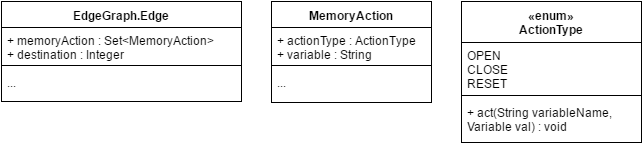
Above: documentation/img/EdgeGraph.png in moar-regex/moar (draw.io), before the change. Source tidied: cells renumbered, new cells last; positions are measured from the earlier drawing's top-left corner, leaving out a move shared by most shapes.
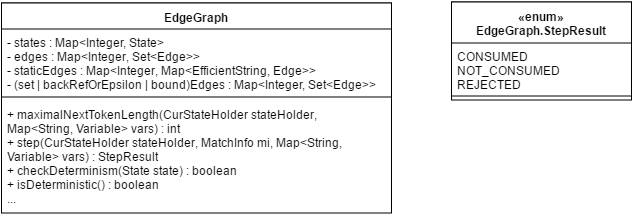
Later version of the same file.

What changed in the source:
```diff
@@ -2,68 +2,41 @@
   <root>
     <mxCell id="0" />
     <mxCell id="1" parent="0" />
-    <mxCell id="2" value="&lt;div&gt;EdgeGraph.Edge&lt;/div&gt;" style="swimlane;html=1;fontStyle=1;align=center;verticalAlign=top;horizontal=1;startSize=26;swimlaneFillColor=#ffffff;" parent="1" vertex="1">
-      <mxGeometry width="240" height="100" as="geometry" />
+    <mxCell id="2" value="EdgeGraph&lt;div&gt;&lt;br&gt;&lt;/div&gt;" style="swimlane;html=1;fontStyle=1;align=center;verticalAlign=top;horizontal=1;startSize=26;swimlaneFillColor=#ffffff;" parent="1" vertex="1">
+      <mxGeometry x="-55" y="-177" width="390" height="210" as="geometry" />
     </mxCell>
-    <mxCell id="3" value="&lt;div&gt;&lt;div&gt;+ memoryAction :&amp;nbsp;&lt;span&gt;Set&amp;lt;MemoryAction&amp;gt;&lt;/span&gt;&lt;/div&gt;&lt;div&gt;+ destination : Integer&lt;/div&gt;&lt;/div&gt;" style="text;html=1;strokeColor=none;fillColor=none;align=left;verticalAlign=top;spacingLeft=4;spacingRight=4;whiteSpace=wrap;overflow=hidden;" parent="2" vertex="1">
-      <mxGeometry y="26" width="240" height="34" as="geometry" />
+    <mxCell id="3" value="&lt;div&gt;&lt;div&gt;- states :&amp;nbsp;&lt;span&gt;Map&amp;lt;Integer, State&amp;gt;&lt;/span&gt;&lt;/div&gt;&lt;/div&gt;&lt;div&gt;&lt;span&gt;- edges :&amp;nbsp;&lt;/span&gt;&lt;span&gt;Map&amp;lt;Integer&lt;/span&gt;&lt;span&gt;, &lt;/span&gt;&lt;span&gt;Set&amp;lt;Edge&amp;gt;&amp;gt;&lt;/span&gt;&lt;/div&gt;&lt;div&gt;&lt;span&gt;-&amp;nbsp;&lt;/span&gt;&lt;span&gt;staticEdges :&amp;nbsp;&lt;/span&gt;&lt;span&gt;Map&amp;lt;Integer&lt;/span&gt;&lt;span&gt;, &lt;/span&gt;&lt;span&gt;Map&amp;lt;EfficientString&lt;/span&gt;&lt;span&gt;, &lt;/span&gt;&lt;span&gt;Edge&amp;gt;&amp;gt;&lt;/span&gt;&lt;/div&gt;&lt;div&gt;&lt;span&gt;- (set | backRefOrEpsilon | bound)Edges : Map&amp;lt;Integer, Set&amp;lt;Edge&amp;gt;&amp;gt;&lt;/span&gt;&lt;span&gt;&amp;nbsp;&amp;nbsp;&lt;/span&gt;&lt;/div&gt;" style="text;html=1;strokeColor=none;fillColor=none;align=left;verticalAlign=top;spacingLeft=4;spacingRight=4;whiteSpace=wrap;overflow=hidden;" parent="2" vertex="1">
+      <mxGeometry y="26" width="390" height="64" as="geometry" />
     </mxCell>
     <mxCell id="4" style="line;html=1;strokeWidth=1;fillColor=none;align=left;verticalAlign=middle;spacingTop=-1;spacingLeft=3;spacingRight=3;labelPosition=right;" parent="2" vertex="1">
-      <mxGeometry y="60" width="240" height="8" as="geometry" />
+      <mxGeometry y="90" width="390" height="8" as="geometry" />
     </mxCell>
-    <mxCell id="5" value="..." style="text;html=1;strokeColor=none;fillColor=none;align=left;verticalAlign=top;spacingLeft=4;spacingRight=4;whiteSpace=wrap;overflow=hidden;" parent="2" vertex="1">
-      <mxGeometry y="68" width="240" height="32" as="geometry" />
+    <mxCell id="5" value="&lt;div&gt;+&amp;nbsp;&lt;span&gt;maximalNextTokenLength&lt;/span&gt;&lt;span&gt;(CurStateHolder stateHolder&lt;/span&gt;&lt;span&gt;, &lt;/span&gt;&lt;span&gt;Map&amp;lt;String&lt;/span&gt;&lt;span&gt;, &lt;/span&gt;&lt;span&gt;Variable&amp;gt; vars) : int&lt;/span&gt;&lt;/div&gt;+&amp;nbsp;&lt;span&gt;step&lt;/span&gt;&lt;span&gt;(CurStateHolder stateHolder&lt;/span&gt;&lt;span&gt;, &lt;/span&gt;&lt;span&gt;MatchInfo mi&lt;/span&gt;&lt;span&gt;, &lt;/span&gt;&lt;span&gt;Map&amp;lt;String&lt;/span&gt;&lt;span&gt;, &lt;/span&gt;&lt;span&gt;Variable&amp;gt; vars) :&amp;nbsp;&lt;/span&gt;&lt;span&gt;StepResult&lt;/span&gt;&lt;div&gt;&lt;div&gt;+&amp;nbsp;&lt;span&gt;checkDeterminism&lt;/span&gt;&lt;span&gt;(State state) : boolean&lt;/span&gt;&lt;/div&gt;&lt;div&gt;+ isDeterministic() : boolean&lt;/div&gt;&lt;div&gt;&lt;div&gt;...&lt;/div&gt;&lt;/div&gt;&lt;/div&gt;" style="text;html=1;strokeColor=none;fillColor=none;align=left;verticalAlign=top;spacingLeft=4;spacingRight=4;whiteSpace=wrap;overflow=hidden;" parent="2" vertex="1">
+      <mxGeometry y="98" width="390" height="112" as="geometry" />
     </mxCell>
-    <mxCell id="6" value="&lt;div&gt;&lt;div&gt;+ memoryAction :&amp;nbsp;&lt;span&gt;Set&amp;lt;MemoryAction&amp;gt;&lt;/span&gt;&lt;/div&gt;&lt;div&gt;+ destination : Integer&lt;/div&gt;&lt;/div&gt;" style="text;html=1;strokeColor=none;fillColor=none;align=left;verticalAlign=top;spacingLeft=4;spacingRight=4;whiteSpace=wrap;overflow=hidden;" parent="1" vertex="1">
-      <mxGeometry y="26" width="240" height="34" as="geometry" />
+    <mxCell id="6" value="&lt;div&gt;&lt;div&gt;- states :&amp;nbsp;&lt;span&gt;Map&amp;lt;Integer, State&amp;gt;&lt;/span&gt;&lt;/div&gt;&lt;/div&gt;&lt;div&gt;&lt;span&gt;- edges :&amp;nbsp;&lt;/span&gt;&lt;span&gt;Map&amp;lt;Integer&lt;/span&gt;&lt;span&gt;, &lt;/span&gt;&lt;span&gt;Set&amp;lt;Edge&amp;gt;&amp;gt;&lt;/span&gt;&lt;/div&gt;&lt;div&gt;&lt;span&gt;-&amp;nbsp;&lt;/span&gt;&lt;span&gt;staticEdges :&amp;nbsp;&lt;/span&gt;&lt;span&gt;Map&amp;lt;Integer&lt;/span&gt;&lt;span&gt;, &lt;/span&gt;&lt;span&gt;Map&amp;lt;EfficientString&lt;/span&gt;&lt;span&gt;, &lt;/span&gt;&lt;span&gt;Edge&amp;gt;&amp;gt;&lt;/span&gt;&lt;/div&gt;&lt;div&gt;&lt;span&gt;- (set | backRefOrEpsilon | bound)Edges : Map&amp;lt;Integer, Set&amp;lt;Edge&amp;gt;&amp;gt;&lt;/span&gt;&lt;span&gt;&amp;nbsp;&amp;nbsp;&lt;/span&gt;&lt;/div&gt;" style="text;html=1;strokeColor=none;fillColor=none;align=left;verticalAlign=top;spacingLeft=4;spacingRight=4;whiteSpace=wrap;overflow=hidden;" parent="1" vertex="1">
+      <mxGeometry x="-55" y="-151" width="390" height="64" as="geometry" />
     </mxCell>
     <mxCell id="7" style="line;html=1;strokeWidth=1;fillColor=none;align=left;verticalAlign=middle;spacingTop=-1;spacingLeft=3;spacingRight=3;labelPosition=right;" parent="1" vertex="1">
-      <mxGeometry y="60" width="240" height="8" as="geometry" />
+      <mxGeometry x="-55" y="-87" width="390" height="8" as="geometry" />
     </mxCell>
-    <mxCell id="8" value="..." style="text;html=1;strokeColor=none;fillColor=none;align=left;verticalAlign=top;spacingLeft=4;spacingRight=4;whiteSpace=wrap;overflow=hidden;" parent="1" vertex="1">
-      <mxGeometry y="68" width="240" height="32" as="geometry" />
+    <mxCell id="8" value="&lt;div&gt;+&amp;nbsp;&lt;span&gt;maximalNextTokenLength&lt;/span&gt;&lt;span&gt;(CurStateHolder stateHolder&lt;/span&gt;&lt;span&gt;, &lt;/span&gt;&lt;span&gt;Map&amp;lt;String&lt;/span&gt;&lt;span&gt;, &lt;/span&gt;&lt;span&gt;Variable&amp;gt; vars) : int&lt;/span&gt;&lt;/div&gt;+&amp;nbsp;&lt;span&gt;step&lt;/span&gt;&lt;span&gt;(CurStateHolder stateHolder&lt;/span&gt;&lt;span&gt;, &lt;/span&gt;&lt;span&gt;MatchInfo mi&lt;/span&gt;&lt;span&gt;, &lt;/span&gt;&lt;span&gt;Map&amp;lt;String&lt;/span&gt;&lt;span&gt;, &lt;/span&gt;&lt;span&gt;Variable&amp;gt; vars) :&amp;nbsp;&lt;/span&gt;&lt;span&gt;StepResult&lt;/span&gt;&lt;div&gt;&lt;div&gt;+&amp;nbsp;&lt;span&gt;checkDeterminism&lt;/span&gt;&lt;span&gt;(State state) : boolean&lt;/span&gt;&lt;/div&gt;&lt;div&gt;+ isDeterministic() : boolean&lt;/div&gt;&lt;div&gt;&lt;div&gt;...&lt;/div&gt;&lt;/div&gt;&lt;/div&gt;" style="text;html=1;strokeColor=none;fillColor=none;align=left;verticalAlign=top;spacingLeft=4;spacingRight=4;whiteSpace=wrap;overflow=hidden;" parent="1" vertex="1">
+      <mxGeometry x="-55" y="-79" width="390" height="112" as="geometry" />
     </mxCell>
-    <mxCell id="9" value="&lt;div&gt;&lt;span&gt;«enum»&lt;/span&gt;&lt;br&gt;&lt;b&gt;ActionType&lt;/b&gt;&lt;br&gt;&lt;/div&gt;" style="swimlane;html=1;fontStyle=1;align=center;verticalAlign=top;horizontal=1;startSize=41;swimlaneFillColor=#ffffff;" parent="1" vertex="1">
-      <mxGeometry x="460" width="180" height="141" as="geometry" />
+    <mxCell id="9" value="&lt;div&gt;&lt;span&gt;«enum»&lt;/span&gt;&lt;br&gt;EdgeGraph.StepResult&lt;/div&gt;" style="swimlane;html=1;fontStyle=1;align=center;verticalAlign=top;horizontal=1;startSize=41;swimlaneFillColor=#ffffff;" parent="1" vertex="1">
+      <mxGeometry x="395" y="-178" width="180" height="98" as="geometry" />
     </mxCell>
-    <mxCell id="10" value="OPEN&lt;div&gt;CLOSE&lt;/div&gt;&lt;div&gt;RESET&lt;/div&gt;" style="text;html=1;strokeColor=none;fillColor=none;align=left;verticalAlign=top;spacingLeft=4;spacingRight=4;whiteSpace=wrap;overflow=hidden;" parent="9" vertex="1">
+    <mxCell id="10" value="&lt;div&gt;CONSUMED&lt;/div&gt;&lt;div&gt;NOT_CONSUMED&lt;/div&gt;&lt;div&gt;REJECTED&lt;/div&gt;" style="text;html=1;strokeColor=none;fillColor=none;align=left;verticalAlign=top;spacingLeft=4;spacingRight=4;whiteSpace=wrap;overflow=hidden;" parent="9" vertex="1">
       <mxGeometry y="41" width="180" height="49" as="geometry" />
     </mxCell>
     <mxCell id="11" style="line;html=1;strokeWidth=1;fillColor=none;align=left;verticalAlign=middle;spacingTop=-1;spacingLeft=3;spacingRight=3;labelPosition=right;" parent="9" vertex="1">
       <mxGeometry y="90" width="180" height="8" as="geometry" />
     </mxCell>
-    <mxCell id="12" value="+ act(String variableName, Variable val) : void" style="text;html=1;strokeColor=none;fillColor=none;align=left;verticalAlign=top;spacingLeft=4;spacingRight=4;whiteSpace=wrap;overflow=hidden;" parent="9" vertex="1">
-      <mxGeometry y="98" width="180" height="42" as="geometry" />
+    <mxCell id="12" value="&lt;div&gt;CONSUMED&lt;/div&gt;&lt;div&gt;NOT_CONSUMED&lt;/div&gt;&lt;div&gt;REJECTED&lt;/div&gt;" style="text;html=1;strokeColor=none;fillColor=none;align=left;verticalAlign=top;spacingLeft=4;spacingRight=4;whiteSpace=wrap;overflow=hidden;" parent="1" vertex="1">
+      <mxGeometry x="395" y="-137" width="180" height="49" as="geometry" />
     </mxCell>
-    <mxCell id="13" value="OPEN&lt;div&gt;CLOSE&lt;/div&gt;&lt;div&gt;RESET&lt;/div&gt;" style="text;html=1;strokeColor=none;fillColor=none;align=left;verticalAlign=top;spacingLeft=4;spacingRight=4;whiteSpace=wrap;overflow=hidden;" parent="1" vertex="1">
-      <mxGeometry x="460" y="41" width="180" height="49" as="geometry" />
+    <mxCell id="13" style="line;html=1;strokeWidth=1;fillColor=none;align=left;verticalAlign=middle;spacingTop=-1;spacingLeft=3;spacingRight=3;labelPosition=right;" parent="1" vertex="1">
+      <mxGeometry x="395" y="-88" width="180" height="8" as="geometry" />
     </mxCell>
-    <mxCell id="14" style="line;html=1;strokeWidth=1;fillColor=none;align=left;verticalAlign=middle;spacingTop=-1;spacingLeft=3;spacingRight=3;labelPosition=right;" parent="1" vertex="1">
-      <mxGeometry x="460" y="90" width="180" height="8" as="geometry" />
-    </mxCell>
-    <mxCell id="15" value="+ act(String variableName, Variable val) : void" style="text;html=1;strokeColor=none;fillColor=none;align=left;verticalAlign=top;spacingLeft=4;spacingRight=4;whiteSpace=wrap;overflow=hidden;" parent="1" vertex="1">
-      <mxGeometry x="460" y="98" width="180" height="42" as="geometry" />
-    </mxCell>
-    <mxCell id="16" value="&lt;div&gt;MemoryAction&lt;/div&gt;" style="swimlane;html=1;fontStyle=1;align=center;verticalAlign=top;horizontal=1;startSize=26;swimlaneFillColor=#ffffff;" parent="1" vertex="1">
-      <mxGeometry x="270" width="160" height="101" as="geometry" />
-    </mxCell>
-    <mxCell id="17" value="&lt;div&gt;&lt;div&gt;+ actionType : ActionType&lt;/div&gt;&lt;/div&gt;&lt;div&gt;+ variable : String&lt;/div&gt;" style="text;html=1;strokeColor=none;fillColor=none;align=left;verticalAlign=top;spacingLeft=4;spacingRight=4;whiteSpace=wrap;overflow=hidden;" parent="16" vertex="1">
-      <mxGeometry y="26" width="160" height="34" as="geometry" />
-    </mxCell>
-    <mxCell id="18" style="line;html=1;strokeWidth=1;fillColor=none;align=left;verticalAlign=middle;spacingTop=-1;spacingLeft=3;spacingRight=3;labelPosition=right;" parent="16" vertex="1">
-      <mxGeometry y="60" width="160" height="8" as="geometry" />
-    </mxCell>
-    <mxCell id="19" value="..." style="text;html=1;strokeColor=none;fillColor=none;align=left;verticalAlign=top;spacingLeft=4;spacingRight=4;whiteSpace=wrap;overflow=hidden;" parent="16" vertex="1">
-      <mxGeometry y="68" width="160" height="32" as="geometry" />
-    </mxCell>
-    <mxCell id="20" value="&lt;div&gt;&lt;div&gt;+ actionType : ActionType&lt;/div&gt;&lt;/div&gt;&lt;div&gt;+ variable : String&lt;/div&gt;" style="text;html=1;strokeColor=none;fillColor=none;align=left;verticalAlign=top;spacingLeft=4;spacingRight=4;whiteSpace=wrap;overflow=hidden;" parent="1" vertex="1">
-      <mxGeometry x="270" y="26" width="160" height="34" as="geometry" />
-    </mxCell>
-    <mxCell id="21" style="line;html=1;strokeWidth=1;fillColor=none;align=left;verticalAlign=middle;spacingTop=-1;spacingLeft=3;spacingRight=3;labelPosition=right;" parent="1" vertex="1">
-      <mxGeometry x="270" y="60" width="160" height="8" as="geometry" />
-    </mxCell>
-    <mxCell id="22" value="..." style="text;html=1;strokeColor=none;fillColor=none;align=left;verticalAlign=top;spacingLeft=4;spacingRight=4;whiteSpace=wrap;overflow=hidden;" parent="1" vertex="1">
-      <mxGeometry x="270" y="68" width="160" height="32" as="geometry" />
-    </mxCell>
   </root>
 </mxGraphModel>
```
